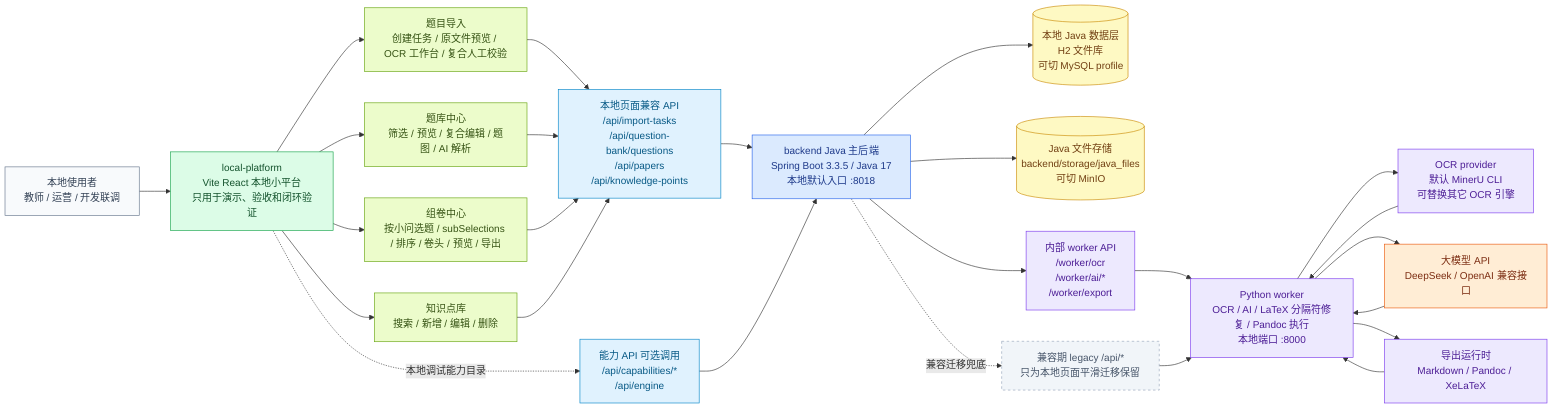
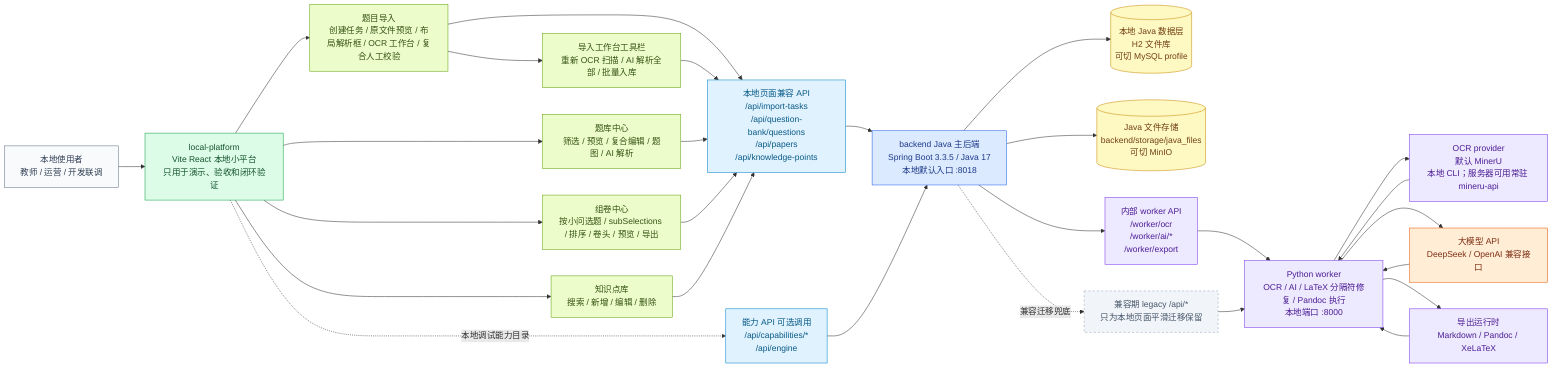
+ %% Version: 2026-07-09 / product v14
+ %% Status: current-support
+ %% Scope: local-platform as demo shell, not platform production boundary.
flowchart LR
  User["本地使用者<br/>教师 / 运营 / 开发联调"]:::actor
  LocalPlatform["local-platform<br/>Vite React 本地小平台<br/>只用于演示、验收和闭环验证"]:::local

-   ImportPage["题目导入<br/>创建任务 / 原文件预览 / OCR 工作台 / 复合人工校验"]:::page
+   ImportPage["题目导入<br/>创建任务 / 原文件预览 / 布局解析框 / OCR 工作台 / 复合人工校验"]:::page
+   WorkbenchToolbar["导入工作台工具栏<br/>重新 OCR 扫描 / AI 解析全部 / 批量入库"]:::page
  BankPage["题库中心<br/>筛选 / 预览 / 复合编辑 / 题图 / AI 解析"]:::page
  PaperPage["组卷中心<br/>按小问选题 / subSelections / 排序 / 卷头 / 预览 / 导出"]:::page
  KnowledgePage["知识点库<br/>搜索 / 新增 / 编辑 / 删除"]:::page

  JavaBackend["backend Java 主后端<br/>Spring Boot 3.3.5 / Java 17<br/>本地默认入口 :8018"]:::java
  CompatibilityApi["本地页面兼容 API<br/>/api/import-tasks<br/>/api/question-bank/questions<br/>/api/papers<br/>/api/knowledge-points"]:::api
  CapabilityApi["能力 API 可选调用<br/>/api/capabilities/*<br/>/api/engine"]:::api

  JavaDb[("本地 Java 数据层<br/>H2 文件库<br/>可切 MySQL profile")]:::store
  JavaFiles[("Java 文件存储<br/>backend/storage/java_files<br/>可切 MinIO")]:::store
  PythonWorker["Python worker<br/>OCR / AI / LaTeX 分隔符修复 / Pandoc 执行<br/>本地端口 :8000"]:::worker
  WorkerApi["内部 worker API<br/>/worker/ocr<br/>/worker/ai/*<br/>/worker/export"]:::worker
  LegacyApi["兼容期 legacy /api/*<br/>只为本地页面平滑迁移保留"]:::legacy

-   OcrProvider["OCR provider<br/>默认 MinerU CLI<br/>可替换其它 OCR 引擎"]:::worker
+   OcrProvider["OCR provider<br/>默认 MinerU<br/>本地 CLI；服务器可用常驻 mineru-api"]:::worker
  Llm["大模型 API<br/>DeepSeek / OpenAI 兼容接口"]:::external
  ExportRuntime["导出运行时<br/>Markdown / Pandoc / XeLaTeX"]:::worker

  User --> LocalPlatform
  LocalPlatform --> ImportPage
+   ImportPage --> WorkbenchToolbar
  LocalPlatform --> BankPage
  LocalPlatform --> PaperPage
  LocalPlatform --> KnowledgePage

  ImportPage --> CompatibilityApi
+   WorkbenchToolbar --> CompatibilityApi
  BankPage --> CompatibilityApi
  PaperPage --> CompatibilityApi
  KnowledgePage --> CompatibilityApi
  LocalPlatform -. 本地调试能力目录 .-> CapabilityApi

  CompatibilityApi --> JavaBackend
  CapabilityApi --> JavaBackend
  JavaBackend --> JavaDb
  JavaBackend --> JavaFiles
  JavaBackend --> WorkerApi
  JavaBackend -. 兼容迁移兜底 .-> LegacyApi
  WorkerApi --> PythonWorker
  LegacyApi --> PythonWorker

  PythonWorker --> OcrProvider
  PythonWorker --> Llm
  PythonWorker --> ExportRuntime
  OcrProvider --> PythonWorker
  Llm --> PythonWorker
  ExportRuntime --> PythonWorker

  classDef actor fill:#f8fafc,stroke:#64748b,color:#334155,stroke-width:1px;
  classDef local fill:#dcfce7,stroke:#16a34a,color:#14532d,stroke-width:1px;
  classDef page fill:#ecfccb,stroke:#65a30d,color:#365314,stroke-width:1px;
  classDef java fill:#dbeafe,stroke:#2563eb,color:#1e3a8a,stroke-width:1px;
  classDef api fill:#e0f2fe,stroke:#0284c7,color:#075985,stroke-width:1px;
  classDef worker fill:#ede9fe,stroke:#7c3aed,color:#4c1d95,stroke-width:1px;
  classDef legacy fill:#f1f5f9,stroke:#94a3b8,color:#475569,stroke-width:1px,stroke-dasharray: 4 4;
  classDef store fill:#fef9c3,stroke:#ca8a04,color:#713f12,stroke-width:1px;
  classDef external fill:#ffedd5,stroke:#ea580c,color:#7c2d12,stroke-width:1px;
